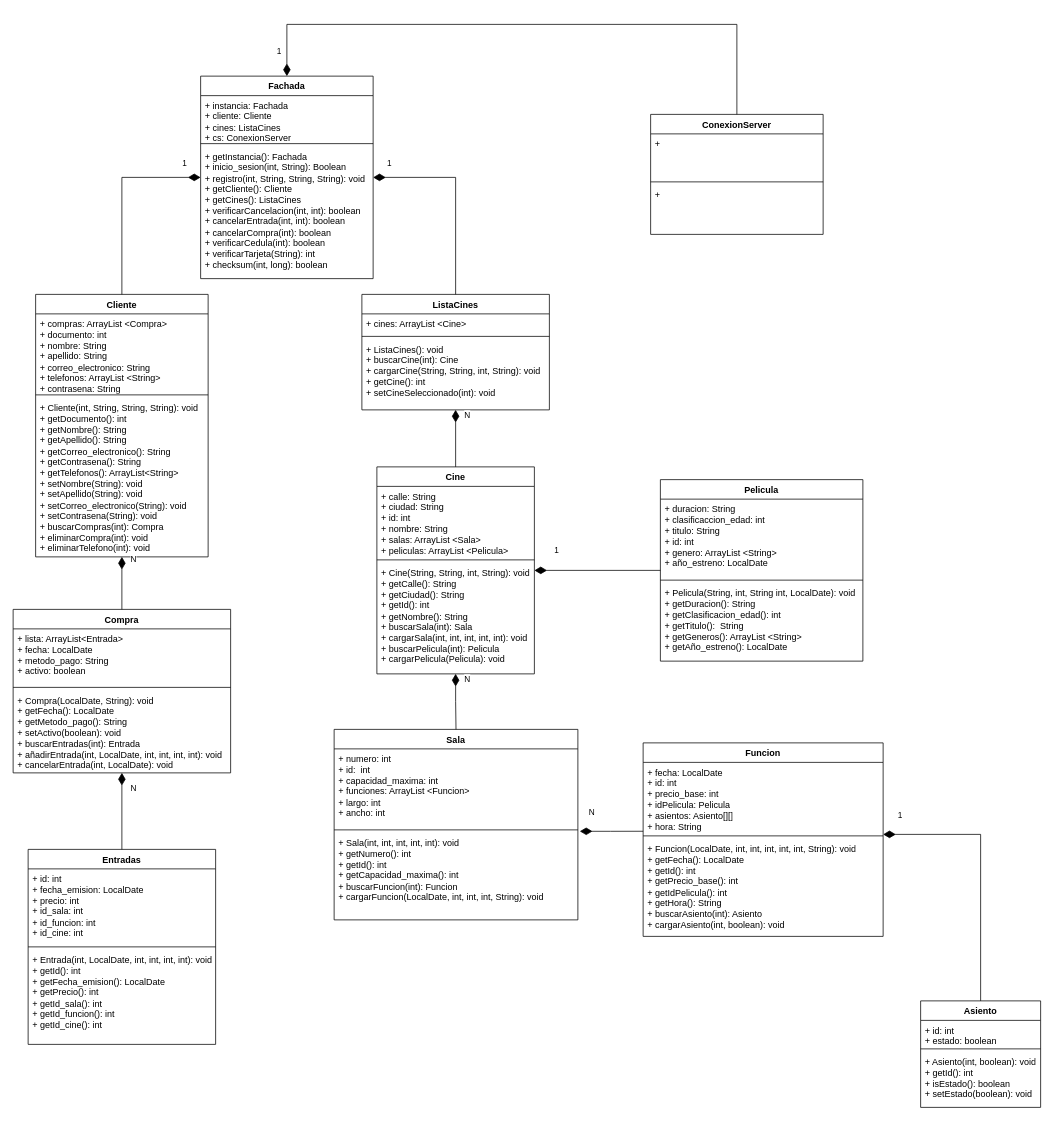
nXD643/Projecto-Final-Cine keeps this draw.io diagram as Proyecto_UML.drawio. Above is the earlier version. Source tidied: cells renumbered, new cells numbered last; positions are measured from the earlier drawing's top-left corner, leaving out a move shared by most shapes. Both pictures are drawn from the tidied source at 75%, with x=0, y=0 at pixel (13, 24).
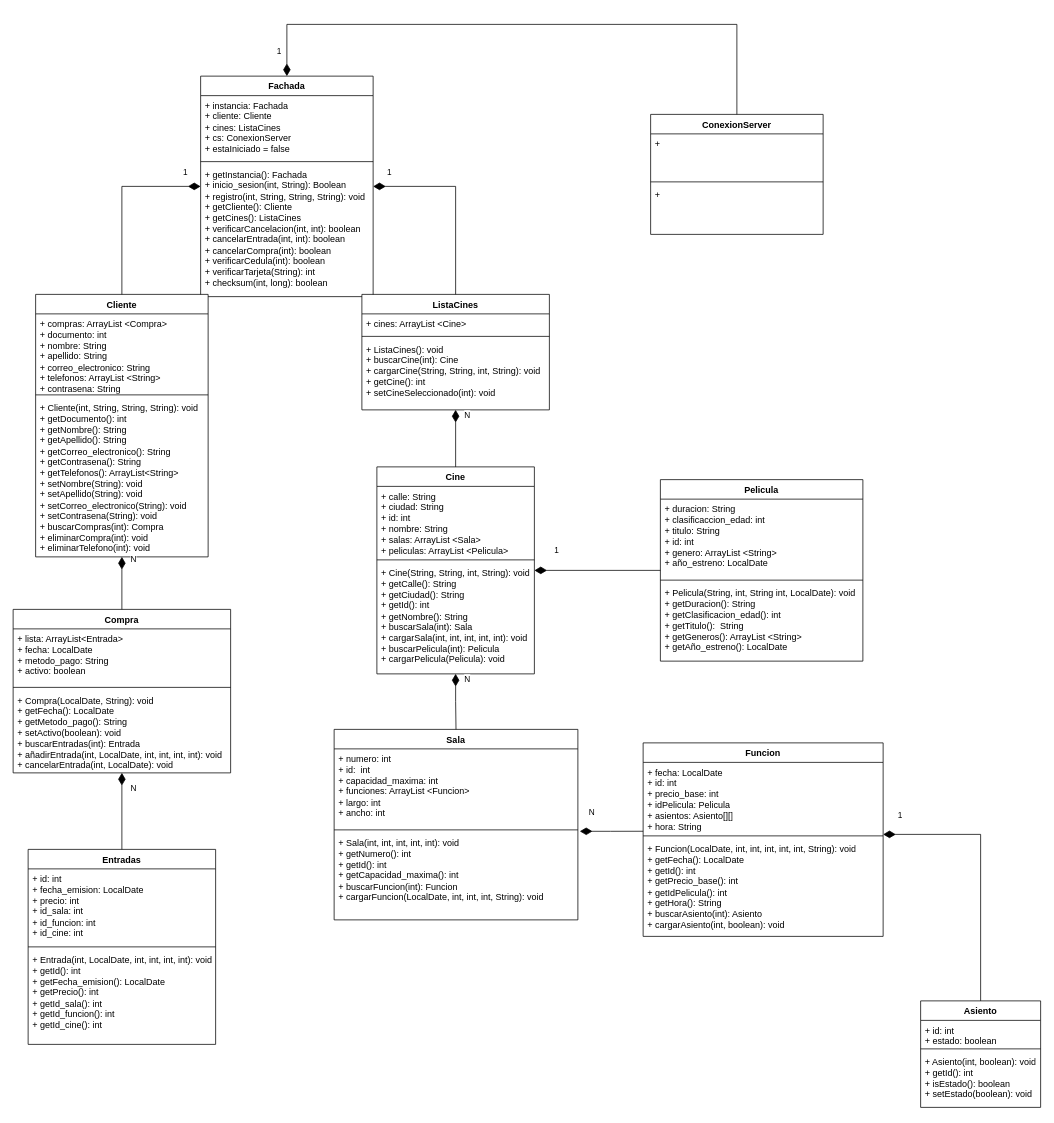
The same diagram, later.

Diff of the diagram source:
```diff
@@
     <mxCell id="2" value="Fachada" style="swimlane;fontStyle=1;align=center;verticalAlign=top;horizontal=1;startSize=26;whiteSpace=wrap;html=1;" parent="1" vertex="1">
-      <mxGeometry x="250" y="69" width="230" height="270" as="geometry" />
+      <mxGeometry x="250" y="69" width="230" height="294" as="geometry" />
     </mxCell>
-    <mxCell id="3" value="+ instancia: Fachada&lt;div&gt;+ cliente: Cliente&lt;/div&gt;&lt;div&gt;+ cines: ListaCines&lt;/div&gt;&lt;div&gt;+ cs: ConexionServer&lt;/div&gt;" style="text;strokeColor=none;fillColor=none;align=left;verticalAlign=top;spacingLeft=4;spacingRight=4;overflow=hidden;whiteSpace=wrap;html=1;" parent="2" vertex="1">
-      <mxGeometry y="26" width="230" height="60" as="geometry" />
+    <mxCell id="3" value="+ instancia: Fachada&lt;div&gt;+ cliente: Cliente&lt;/div&gt;&lt;div&gt;+ cines: ListaCines&lt;/div&gt;&lt;div&gt;+ cs: ConexionServer&lt;/div&gt;&lt;div&gt;+ estaIniciado = false&lt;/div&gt;" style="text;strokeColor=none;fillColor=none;align=left;verticalAlign=top;spacingLeft=4;spacingRight=4;overflow=hidden;whiteSpace=wrap;html=1;" parent="2" vertex="1">
+      <mxGeometry y="26" width="230" height="84" as="geometry" />
     </mxCell>
     <mxCell id="4" style="line;strokeWidth=1;fillColor=none;align=left;verticalAlign=middle;spacingTop=-1;spacingLeft=3;spacingRight=3;labelPosition=right;strokeColor=inherit;" parent="2" vertex="1">
-      <mxGeometry y="86" width="230" height="8" as="geometry" />
+      <mxGeometry y="110" width="230" height="8" as="geometry" />
     </mxCell>
     <mxCell id="5" value="+ getInstancia(): Fachada&lt;div&gt;+ inicio_sesion(int, String): Boolean&lt;/div&gt;&lt;div&gt;+ registro(int, String, String, String): void&lt;/div&gt;&lt;div&gt;+ getCliente(): Cliente&lt;/div&gt;&lt;div&gt;+ getCines(): ListaCines&lt;/div&gt;&lt;div&gt;+ verificarCancelacion(int, int): boolean&lt;/div&gt;&lt;div&gt;+ cancelarEntrada(int, int): boolean&lt;/div&gt;&lt;div&gt;+ cancelarCompra(int): boolean&lt;/div&gt;&lt;div&gt;+ verificarCedula(int): boolean&lt;/div&gt;&lt;div&gt;+ verificarTarjeta(String): int&lt;/div&gt;&lt;div&gt;+ checksum(int, long): boolean&lt;/div&gt;" style="text;strokeColor=none;fillColor=none;align=left;verticalAlign=top;spacingLeft=4;spacingRight=4;overflow=hidden;whiteSpace=wrap;html=1;" parent="2" vertex="1">
-      <mxGeometry y="94" width="230" height="176" as="geometry" />
+      <mxGeometry y="118" width="230" height="176" as="geometry" />
     </mxCell>
```
